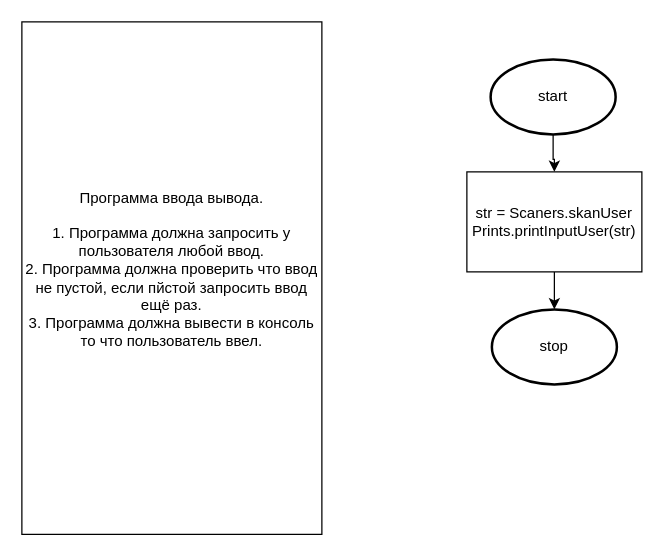
Earlier version of the draw.io diagram MyProgram/java/myProject/projectKalkuleitGUI/blokShemaPO/Main.drawio (DrugLoci/MyProg). Source tidied: cells renumbered, new cells numbered last; positions are measured from the earlier drawing's top-left corner, leaving out a move shared by most shapes. Both pictures are drawn from the tidied source at 125%, with x=0, y=0 at pixel (21, 21).
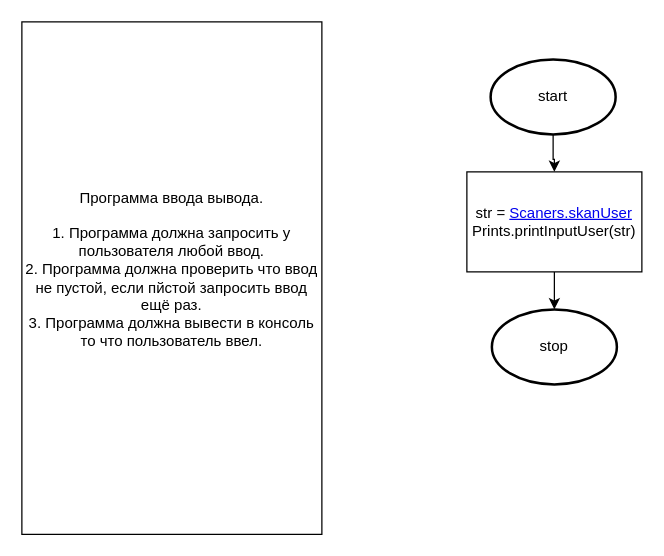
Above is the later version.

Diff of the diagram source:
```diff
@@
 <mxGraphModel>
   <root>
     <mxCell id="0" />
     <mxCell id="1" parent="0" />
     <mxCell id="2" style="edgeStyle=orthogonalEdgeStyle;rounded=0;jettySize=auto;html=1;exitX=0.5;exitY=1;exitDx=0;exitDy=0;exitPerimeter=0;" parent="1" edge="1" source="3" target="5">
       <mxGeometry relative="1" as="geometry" />
     </mxCell>
     <mxCell id="3" value="start" style="strokeWidth=2;html=1;shape=mxgraph.flowchart.start_1;whiteSpace=wrap;" parent="1" vertex="1">
       <mxGeometry x="375" y="30" width="100" height="60" as="geometry" />
     </mxCell>
     <mxCell id="4" value="Программа ввода вывода.&lt;div&gt;&lt;br&gt;1. Программа должна запросить у пользователя любой ввод.&lt;/div&gt;&lt;div&gt;2. Программа должна проверить что ввод не пустой, если пйстой запросить ввод ещё раз.&lt;br&gt;&lt;div&gt;3. Программа должна вывести в консоль то что пользователь ввел.&lt;br&gt;&lt;br&gt;&lt;/div&gt;&lt;/div&gt;" style="whiteSpace=wrap;html=1;" parent="1" vertex="1">
       <mxGeometry width="240" height="410" as="geometry" />
     </mxCell>
-    <mxCell id="5" value="str = Scaners.skanUser&lt;div&gt;Prints.printInputUser(str)&lt;/div&gt;" style="whiteSpace=wrap;html=1;" parent="1" vertex="1">
+    <mxCell id="5" value="str = &lt;a href=&quot;file:///blokShemaPO/Scaners.drawio&quot;&gt;Scaners.skanUser&lt;/a&gt;&lt;div&gt;Prints.printInputUser(str)&lt;/div&gt;" style="whiteSpace=wrap;html=1;" parent="1" vertex="1">
       <mxGeometry x="356" y="120" width="140" height="80" as="geometry" />
     </mxCell>
     <mxCell id="6" value="stop" style="strokeWidth=2;html=1;shape=mxgraph.flowchart.start_1;whiteSpace=wrap;" parent="1" vertex="1">
       <mxGeometry x="376" y="230" width="100" height="60" as="geometry" />
     </mxCell>
     <mxCell id="7" style="edgeStyle=orthogonalEdgeStyle;rounded=0;jettySize=auto;html=1;exitX=0.5;exitY=1;exitDx=0;exitDy=0;entryX=0.5;entryY=0;entryDx=0;entryDy=0;entryPerimeter=0;" parent="1" edge="1" source="5" target="6">
       <mxGeometry relative="1" as="geometry" />
     </mxCell>
   </root>
 </mxGraphModel>
```
